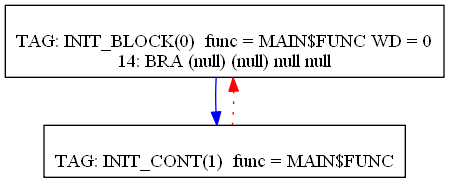
This is Compiler/19graph.png from mbajaj92/Project-Astoria, a Graphviz export, as it was before one commit. Its source is kept beside it as Compiler/19graph.dot.
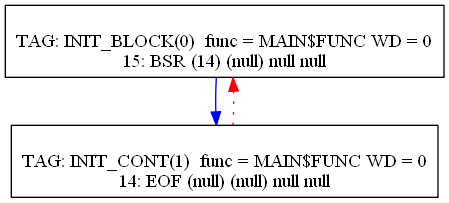
Later version of the same file.

What changed in the source:
```diff
@@ -1,12 +1,13 @@
 digraph {
 0[label="
 TAG: INIT_BLOCK(0)  func = MAIN$FUNC WD = 0
-14: BRA (null) (null) null null
+15: BSR (14) (null) null null
 "];
 0[shape=box];
 0 -> 1[color=blue]
 1[label="
-TAG: INIT_CONT(1)  func = MAIN$FUNC
+TAG: INIT_CONT(1)  func = MAIN$FUNC WD = 0
+14: EOF (null) (null) null null
 "];
 1[shape=box];
 1 -> 0[color=red][style=dotted]
```
